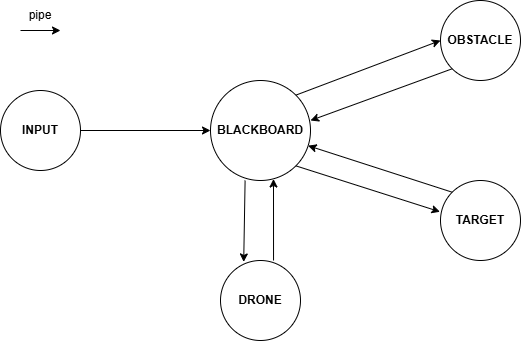
Before: images/SketchARP.png, a diagram exported from draw.io (samuisa/ARP_assignment1). Source tidied: cells renumbered, new cells last; positions are measured from the earlier drawing's top-left corner, leaving out a move shared by most shapes. The source it was exported from:
```xml
<mxGraphModel>
  <root>
    <mxCell id="0" />
    <mxCell id="1" parent="0" />
    <mxCell id="2" value="&lt;b&gt;DRONE&lt;/b&gt;" style="ellipse;whiteSpace=wrap;html=1;" parent="1" vertex="1">
      <mxGeometry x="220" y="260" width="80" height="80" as="geometry" />
    </mxCell>
    <mxCell id="3" style="edgeStyle=orthogonalEdgeStyle;rounded=0;jettySize=auto;html=1;entryX=0;entryY=0.5;entryDx=0;entryDy=0;" parent="1" edge="1" source="4" target="7">
      <mxGeometry relative="1" as="geometry" />
    </mxCell>
    <mxCell id="4" value="&lt;b&gt;INPUT&lt;/b&gt;" style="ellipse;whiteSpace=wrap;html=1;" parent="1" vertex="1">
      <mxGeometry y="90" width="80" height="80" as="geometry" />
    </mxCell>
    <mxCell id="5" value="&lt;b&gt;TARGET&lt;/b&gt;" style="ellipse;whiteSpace=wrap;html=1;" parent="1" vertex="1">
      <mxGeometry x="440" y="180" width="80" height="80" as="geometry" />
    </mxCell>
    <mxCell id="6" value="&lt;b&gt;OBSTACLE&lt;/b&gt;" style="ellipse;whiteSpace=wrap;html=1;" parent="1" vertex="1">
      <mxGeometry x="440" width="80" height="80" as="geometry" />
    </mxCell>
    <mxCell id="7" value="&lt;b&gt;BLACKBOARD&lt;/b&gt;" style="ellipse;whiteSpace=wrap;html=1;" parent="1" vertex="1">
      <mxGeometry x="210" y="80" width="100" height="100" as="geometry" />
    </mxCell>
    <mxCell id="8" style="endArrow=classic;html=1;rounded=0;exitX=1;exitY=0;exitDx=0;exitDy=0;entryX=0;entryY=0.5;entryDx=0;entryDy=0;" parent="1" edge="1" source="7" target="6">
      <mxGeometry relative="1" as="geometry" />
    </mxCell>
    <mxCell id="9" style="endArrow=classic;html=1;rounded=0;entryX=1;entryY=0.4;entryDx=0;entryDy=0;exitX=0;exitY=1;exitDx=0;exitDy=0;entryPerimeter=0;" parent="1" edge="1" source="6" target="7">
      <mxGeometry relative="1" as="geometry" />
    </mxCell>
    <mxCell id="10" style="endArrow=classic;html=1;rounded=0;exitX=0;exitY=0;exitDx=0;exitDy=0;" parent="1" edge="1" source="5" target="7">
      <mxGeometry relative="1" as="geometry" />
    </mxCell>
    <mxCell id="11" style="endArrow=classic;html=1;rounded=0;entryX=-0.006;entryY=0.391;entryDx=0;entryDy=0;exitX=1;exitY=1;exitDx=0;exitDy=0;entryPerimeter=0;" parent="1" edge="1" source="7" target="5">
      <mxGeometry relative="1" as="geometry" />
    </mxCell>
    <mxCell id="12" style="endArrow=classic;html=1;rounded=0;entryX=0.29;entryY=0.018;entryDx=0;entryDy=0;entryPerimeter=0;exitX=0.346;exitY=1;exitDx=0;exitDy=0;exitPerimeter=0;" parent="1" edge="1" source="7" target="2">
      <mxGeometry relative="1" as="geometry" />
    </mxCell>
    <mxCell id="13" style="endArrow=classic;html=1;rounded=0;entryX=0.63;entryY=0.985;entryDx=0;entryDy=0;entryPerimeter=0;exitX=0.663;exitY=0;exitDx=0;exitDy=0;exitPerimeter=0;" parent="1" edge="1" source="2" target="7">
      <mxGeometry relative="1" as="geometry" />
    </mxCell>
    <mxCell id="14" style="endArrow=classic;html=1;rounded=0;" parent="1" edge="1">
      <mxGeometry relative="1" as="geometry">
        <mxPoint x="20" y="30" as="sourcePoint" />
        <mxPoint x="60" y="30" as="targetPoint" />
        <Array as="points">
          <mxPoint x="60" y="30" />
        </Array>
      </mxGeometry>
    </mxCell>
    <mxCell id="15" value="pipe" style="text;html=1;whiteSpace=wrap;strokeColor=none;fillColor=none;align=center;verticalAlign=middle;rounded=0;" parent="1" vertex="1">
      <mxGeometry x="10" width="60" height="30" as="geometry" />
    </mxCell>
  </root>
</mxGraphModel>
```
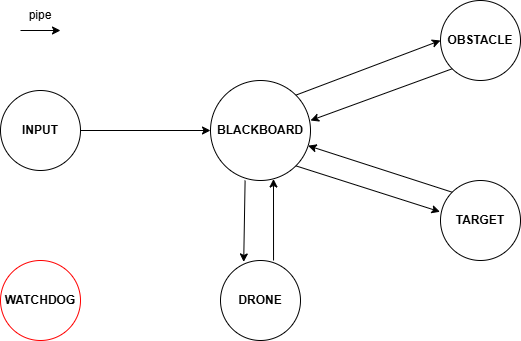
After the change.

Diff of the diagram source:
```diff
@@ -50,5 +50,8 @@
     <mxCell id="15" value="pipe" style="text;html=1;whiteSpace=wrap;strokeColor=none;fillColor=none;align=center;verticalAlign=middle;rounded=0;" parent="1" vertex="1">
       <mxGeometry x="10" width="60" height="30" as="geometry" />
     </mxCell>
+    <mxCell id="16" value="&lt;b&gt;WATCHDOG&lt;/b&gt;" style="ellipse;whiteSpace=wrap;html=1;strokeColor=#FF0000;" parent="1" vertex="1">
+      <mxGeometry y="260" width="80" height="80" as="geometry" />
+    </mxCell>
   </root>
 </mxGraphModel>
```
